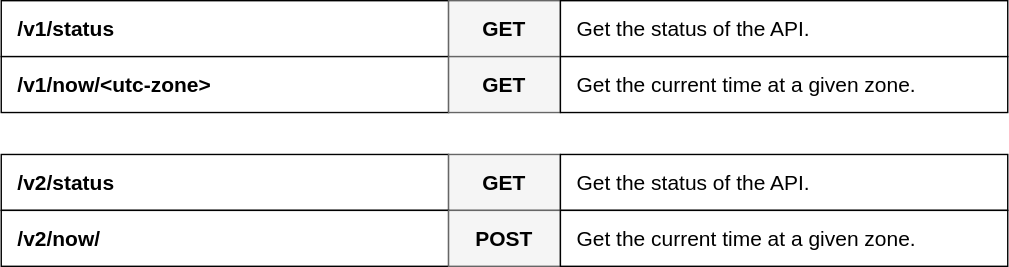
Joffreybvn/medium-time-api keeps this draw.io diagram as doc/images/routes_v2.svg. Above is the earlier version. Source tidied: cells renumbered, new cells last; positions are measured from the earlier drawing's top-left corner, leaving out a move shared by most shapes. Its diagram source:
```xml
<mxGraphModel>
  <root>
    <mxCell id="0" />
    <mxCell id="1" parent="0" />
    <mxCell id="2" style="rounded=0;whiteSpace=wrap;html=1;" parent="1" vertex="1">
      <mxGeometry width="320" height="40" as="geometry" />
    </mxCell>
    <mxCell id="3" value="&lt;font style=&quot;font-size: 15px&quot;&gt;&lt;b&gt;/v1/status&lt;/b&gt;&lt;/font&gt;" style="text;html=1;strokeColor=none;fillColor=none;align=left;verticalAlign=middle;whiteSpace=wrap;rounded=0;" parent="1" vertex="1">
      <mxGeometry x="10" y="10" width="310" height="20" as="geometry" />
    </mxCell>
    <mxCell id="4" style="rounded=0;whiteSpace=wrap;html=1;fillColor=#f5f5f5;strokeColor=#666666;fontColor=#333333;" parent="1" vertex="1">
      <mxGeometry x="320" width="80" height="40" as="geometry" />
    </mxCell>
    <mxCell id="5" value="&lt;font style=&quot;font-size: 15px&quot;&gt;&lt;b&gt;GET&lt;/b&gt;&lt;/font&gt;" style="text;html=1;strokeColor=none;fillColor=none;align=center;verticalAlign=middle;whiteSpace=wrap;rounded=0;" parent="1" vertex="1">
      <mxGeometry x="320" y="10" width="80" height="20" as="geometry" />
    </mxCell>
    <mxCell id="6" style="rounded=0;whiteSpace=wrap;html=1;" parent="1" vertex="1">
      <mxGeometry x="400" width="320" height="40" as="geometry" />
    </mxCell>
    <mxCell id="7" value="&lt;font style=&quot;font-size: 15px&quot;&gt;Get the status of the API.&lt;/font&gt;" style="text;html=1;strokeColor=none;fillColor=none;align=left;verticalAlign=middle;whiteSpace=wrap;rounded=0;" parent="1" vertex="1">
      <mxGeometry x="410" y="10" width="310" height="20" as="geometry" />
    </mxCell>
    <mxCell id="8" style="rounded=0;whiteSpace=wrap;html=1;" parent="1" vertex="1">
      <mxGeometry y="40" width="320" height="40" as="geometry" />
    </mxCell>
    <mxCell id="9" value="&lt;font style=&quot;font-size: 15px&quot;&gt;&lt;b&gt;/v1/now/&amp;lt;utc-zone&amp;gt;&lt;/b&gt;&lt;/font&gt;" style="text;html=1;strokeColor=none;fillColor=none;align=left;verticalAlign=middle;whiteSpace=wrap;rounded=0;" parent="1" vertex="1">
      <mxGeometry x="10" y="50" width="310" height="20" as="geometry" />
    </mxCell>
    <mxCell id="10" style="rounded=0;whiteSpace=wrap;html=1;fillColor=#f5f5f5;strokeColor=#666666;fontColor=#333333;" parent="1" vertex="1">
      <mxGeometry x="320" y="40" width="80" height="40" as="geometry" />
    </mxCell>
    <mxCell id="11" value="&lt;font style=&quot;font-size: 15px&quot;&gt;&lt;b&gt;GET&lt;/b&gt;&lt;/font&gt;" style="text;html=1;strokeColor=none;fillColor=none;align=center;verticalAlign=middle;whiteSpace=wrap;rounded=0;" parent="1" vertex="1">
      <mxGeometry x="320" y="50" width="80" height="20" as="geometry" />
    </mxCell>
    <mxCell id="12" style="rounded=0;whiteSpace=wrap;html=1;" parent="1" vertex="1">
      <mxGeometry x="400" y="40" width="320" height="40" as="geometry" />
    </mxCell>
    <mxCell id="13" value="&lt;font style=&quot;font-size: 15px&quot;&gt;Get the current time at a given zone.&lt;/font&gt;" style="text;html=1;strokeColor=none;fillColor=none;align=left;verticalAlign=middle;whiteSpace=wrap;rounded=0;" parent="1" vertex="1">
      <mxGeometry x="410" y="50" width="310" height="20" as="geometry" />
    </mxCell>
    <mxCell id="14" style="rounded=0;whiteSpace=wrap;html=1;" parent="1" vertex="1">
      <mxGeometry y="110" width="320" height="40" as="geometry" />
    </mxCell>
    <mxCell id="15" value="&lt;font style=&quot;font-size: 15px&quot;&gt;&lt;b&gt;/v2/status&lt;/b&gt;&lt;/font&gt;" style="text;html=1;strokeColor=none;fillColor=none;align=left;verticalAlign=middle;whiteSpace=wrap;rounded=0;" parent="1" vertex="1">
      <mxGeometry x="10" y="120" width="310" height="20" as="geometry" />
    </mxCell>
    <mxCell id="16" style="rounded=0;whiteSpace=wrap;html=1;fillColor=#f5f5f5;strokeColor=#666666;fontColor=#333333;" parent="1" vertex="1">
      <mxGeometry x="320" y="110" width="80" height="40" as="geometry" />
    </mxCell>
    <mxCell id="17" value="&lt;font style=&quot;font-size: 15px&quot;&gt;&lt;b&gt;GET&lt;/b&gt;&lt;/font&gt;" style="text;html=1;strokeColor=none;fillColor=none;align=center;verticalAlign=middle;whiteSpace=wrap;rounded=0;" parent="1" vertex="1">
      <mxGeometry x="320" y="120" width="80" height="20" as="geometry" />
    </mxCell>
    <mxCell id="18" style="rounded=0;whiteSpace=wrap;html=1;" parent="1" vertex="1">
      <mxGeometry x="400" y="110" width="320" height="40" as="geometry" />
    </mxCell>
    <mxCell id="19" value="&lt;font style=&quot;font-size: 15px&quot;&gt;Get the status of the API.&lt;/font&gt;" style="text;html=1;strokeColor=none;fillColor=none;align=left;verticalAlign=middle;whiteSpace=wrap;rounded=0;" parent="1" vertex="1">
      <mxGeometry x="410" y="120" width="310" height="20" as="geometry" />
    </mxCell>
    <mxCell id="20" style="rounded=0;whiteSpace=wrap;html=1;" parent="1" vertex="1">
      <mxGeometry y="150" width="320" height="40" as="geometry" />
    </mxCell>
    <mxCell id="21" value="&lt;font style=&quot;font-size: 15px&quot;&gt;&lt;b&gt;/v2/now/&lt;/b&gt;&lt;/font&gt;" style="text;html=1;strokeColor=none;fillColor=none;align=left;verticalAlign=middle;whiteSpace=wrap;rounded=0;" parent="1" vertex="1">
      <mxGeometry x="10" y="160" width="310" height="20" as="geometry" />
    </mxCell>
    <mxCell id="22" style="rounded=0;whiteSpace=wrap;html=1;fillColor=#f5f5f5;strokeColor=#666666;fontColor=#333333;" parent="1" vertex="1">
      <mxGeometry x="320" y="150" width="80" height="40" as="geometry" />
    </mxCell>
    <mxCell id="23" value="&lt;font style=&quot;font-size: 15px&quot;&gt;&lt;b&gt;POST&lt;/b&gt;&lt;/font&gt;" style="text;html=1;strokeColor=none;fillColor=none;align=center;verticalAlign=middle;whiteSpace=wrap;rounded=0;" parent="1" vertex="1">
      <mxGeometry x="320" y="160" width="80" height="20" as="geometry" />
    </mxCell>
    <mxCell id="24" style="rounded=0;whiteSpace=wrap;html=1;" parent="1" vertex="1">
      <mxGeometry x="400" y="150" width="320" height="40" as="geometry" />
    </mxCell>
    <mxCell id="25" value="&lt;font style=&quot;font-size: 15px&quot;&gt;Get the current time at a given zone.&lt;/font&gt;" style="text;html=1;strokeColor=none;fillColor=none;align=left;verticalAlign=middle;whiteSpace=wrap;rounded=0;" parent="1" vertex="1">
      <mxGeometry x="410" y="160" width="310" height="20" as="geometry" />
    </mxCell>
  </root>
</mxGraphModel>
```
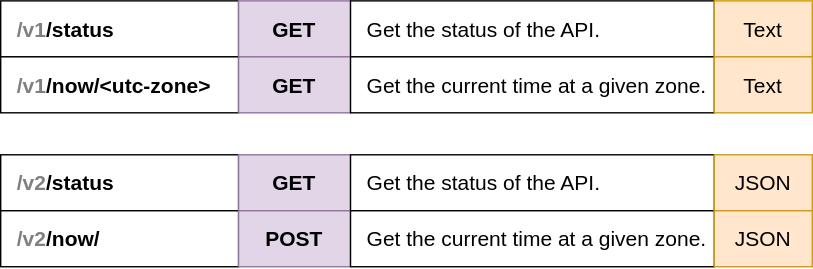
Later version of the same file.

The edit, as a diff of the source:
```diff
@@ -3,76 +3,100 @@
     <mxCell id="0" />
     <mxCell id="1" parent="0" />
     <mxCell id="2" style="rounded=0;whiteSpace=wrap;html=1;" parent="1" vertex="1">
-      <mxGeometry width="320" height="40" as="geometry" />
+      <mxGeometry x="150" width="170" height="40" as="geometry" />
     </mxCell>
-    <mxCell id="3" value="&lt;font style=&quot;font-size: 15px&quot;&gt;&lt;b&gt;/v1/status&lt;/b&gt;&lt;/font&gt;" style="text;html=1;strokeColor=none;fillColor=none;align=left;verticalAlign=middle;whiteSpace=wrap;rounded=0;" parent="1" vertex="1">
-      <mxGeometry x="10" y="10" width="310" height="20" as="geometry" />
+    <mxCell id="3" value="&lt;font style=&quot;font-size: 15px&quot;&gt;&lt;b&gt;&lt;font color=&quot;#808080&quot;&gt;/v1&lt;/font&gt;/status&lt;/b&gt;&lt;/font&gt;" style="text;html=1;strokeColor=none;fillColor=none;align=left;verticalAlign=middle;whiteSpace=wrap;rounded=0;" parent="1" vertex="1">
+      <mxGeometry x="160" y="10" width="190" height="20" as="geometry" />
     </mxCell>
-    <mxCell id="4" style="rounded=0;whiteSpace=wrap;html=1;fillColor=#f5f5f5;strokeColor=#666666;fontColor=#333333;" parent="1" vertex="1">
+    <mxCell id="4" style="rounded=0;whiteSpace=wrap;html=1;fillColor=#e1d5e7;strokeColor=#9673a6;" parent="1" vertex="1">
       <mxGeometry x="320" width="80" height="40" as="geometry" />
     </mxCell>
     <mxCell id="5" value="&lt;font style=&quot;font-size: 15px&quot;&gt;&lt;b&gt;GET&lt;/b&gt;&lt;/font&gt;" style="text;html=1;strokeColor=none;fillColor=none;align=center;verticalAlign=middle;whiteSpace=wrap;rounded=0;" parent="1" vertex="1">
       <mxGeometry x="320" y="10" width="80" height="20" as="geometry" />
     </mxCell>
     <mxCell id="6" style="rounded=0;whiteSpace=wrap;html=1;" parent="1" vertex="1">
-      <mxGeometry x="400" width="320" height="40" as="geometry" />
+      <mxGeometry x="400" width="260" height="40" as="geometry" />
     </mxCell>
     <mxCell id="7" value="&lt;font style=&quot;font-size: 15px&quot;&gt;Get the status of the API.&lt;/font&gt;" style="text;html=1;strokeColor=none;fillColor=none;align=left;verticalAlign=middle;whiteSpace=wrap;rounded=0;" parent="1" vertex="1">
-      <mxGeometry x="410" y="10" width="310" height="20" as="geometry" />
+      <mxGeometry x="410" y="10" width="250" height="20" as="geometry" />
     </mxCell>
     <mxCell id="8" style="rounded=0;whiteSpace=wrap;html=1;" parent="1" vertex="1">
-      <mxGeometry y="40" width="320" height="40" as="geometry" />
+      <mxGeometry x="150" y="40" width="170" height="40" as="geometry" />
     </mxCell>
-    <mxCell id="9" value="&lt;font style=&quot;font-size: 15px&quot;&gt;&lt;b&gt;/v1/now/&amp;lt;utc-zone&amp;gt;&lt;/b&gt;&lt;/font&gt;" style="text;html=1;strokeColor=none;fillColor=none;align=left;verticalAlign=middle;whiteSpace=wrap;rounded=0;" parent="1" vertex="1">
-      <mxGeometry x="10" y="50" width="310" height="20" as="geometry" />
+    <mxCell id="9" value="&lt;font style=&quot;font-size: 15px&quot;&gt;&lt;b&gt;&lt;font color=&quot;#808080&quot;&gt;/v1&lt;/font&gt;/now/&amp;lt;utc-zone&amp;gt;&lt;/b&gt;&lt;/font&gt;" style="text;html=1;strokeColor=none;fillColor=none;align=left;verticalAlign=middle;whiteSpace=wrap;rounded=0;" parent="1" vertex="1">
+      <mxGeometry x="160" y="50" width="190" height="20" as="geometry" />
     </mxCell>
-    <mxCell id="10" style="rounded=0;whiteSpace=wrap;html=1;fillColor=#f5f5f5;strokeColor=#666666;fontColor=#333333;" parent="1" vertex="1">
+    <mxCell id="10" style="rounded=0;whiteSpace=wrap;html=1;fillColor=#e1d5e7;strokeColor=#9673a6;" parent="1" vertex="1">
       <mxGeometry x="320" y="40" width="80" height="40" as="geometry" />
     </mxCell>
     <mxCell id="11" value="&lt;font style=&quot;font-size: 15px&quot;&gt;&lt;b&gt;GET&lt;/b&gt;&lt;/font&gt;" style="text;html=1;strokeColor=none;fillColor=none;align=center;verticalAlign=middle;whiteSpace=wrap;rounded=0;" parent="1" vertex="1">
       <mxGeometry x="320" y="50" width="80" height="20" as="geometry" />
     </mxCell>
     <mxCell id="12" style="rounded=0;whiteSpace=wrap;html=1;" parent="1" vertex="1">
-      <mxGeometry x="400" y="40" width="320" height="40" as="geometry" />
+      <mxGeometry x="400" y="40" width="260" height="40" as="geometry" />
     </mxCell>
     <mxCell id="13" value="&lt;font style=&quot;font-size: 15px&quot;&gt;Get the current time at a given zone.&lt;/font&gt;" style="text;html=1;strokeColor=none;fillColor=none;align=left;verticalAlign=middle;whiteSpace=wrap;rounded=0;" parent="1" vertex="1">
-      <mxGeometry x="410" y="50" width="310" height="20" as="geometry" />
+      <mxGeometry x="410" y="50" width="250" height="20" as="geometry" />
     </mxCell>
     <mxCell id="14" style="rounded=0;whiteSpace=wrap;html=1;" parent="1" vertex="1">
-      <mxGeometry y="110" width="320" height="40" as="geometry" />
+      <mxGeometry x="150" y="110" width="170" height="40" as="geometry" />
     </mxCell>
-    <mxCell id="15" value="&lt;font style=&quot;font-size: 15px&quot;&gt;&lt;b&gt;/v2/status&lt;/b&gt;&lt;/font&gt;" style="text;html=1;strokeColor=none;fillColor=none;align=left;verticalAlign=middle;whiteSpace=wrap;rounded=0;" parent="1" vertex="1">
-      <mxGeometry x="10" y="120" width="310" height="20" as="geometry" />
+    <mxCell id="15" value="&lt;font style=&quot;font-size: 15px&quot;&gt;&lt;b&gt;&lt;font color=&quot;#808080&quot;&gt;/v2&lt;/font&gt;/status&lt;/b&gt;&lt;/font&gt;" style="text;html=1;strokeColor=none;fillColor=none;align=left;verticalAlign=middle;whiteSpace=wrap;rounded=0;" parent="1" vertex="1">
+      <mxGeometry x="160" y="120" width="160" height="20" as="geometry" />
     </mxCell>
-    <mxCell id="16" style="rounded=0;whiteSpace=wrap;html=1;fillColor=#f5f5f5;strokeColor=#666666;fontColor=#333333;" parent="1" vertex="1">
+    <mxCell id="16" style="rounded=0;whiteSpace=wrap;html=1;fillColor=#e1d5e7;strokeColor=#9673a6;" parent="1" vertex="1">
       <mxGeometry x="320" y="110" width="80" height="40" as="geometry" />
     </mxCell>
     <mxCell id="17" value="&lt;font style=&quot;font-size: 15px&quot;&gt;&lt;b&gt;GET&lt;/b&gt;&lt;/font&gt;" style="text;html=1;strokeColor=none;fillColor=none;align=center;verticalAlign=middle;whiteSpace=wrap;rounded=0;" parent="1" vertex="1">
       <mxGeometry x="320" y="120" width="80" height="20" as="geometry" />
     </mxCell>
     <mxCell id="18" style="rounded=0;whiteSpace=wrap;html=1;" parent="1" vertex="1">
-      <mxGeometry x="400" y="110" width="320" height="40" as="geometry" />
+      <mxGeometry x="400" y="110" width="260" height="40" as="geometry" />
     </mxCell>
     <mxCell id="19" value="&lt;font style=&quot;font-size: 15px&quot;&gt;Get the status of the API.&lt;/font&gt;" style="text;html=1;strokeColor=none;fillColor=none;align=left;verticalAlign=middle;whiteSpace=wrap;rounded=0;" parent="1" vertex="1">
-      <mxGeometry x="410" y="120" width="310" height="20" as="geometry" />
+      <mxGeometry x="410" y="120" width="230" height="20" as="geometry" />
     </mxCell>
     <mxCell id="20" style="rounded=0;whiteSpace=wrap;html=1;" parent="1" vertex="1">
-      <mxGeometry y="150" width="320" height="40" as="geometry" />
+      <mxGeometry x="150" y="150" width="170" height="40" as="geometry" />
     </mxCell>
-    <mxCell id="21" value="&lt;font style=&quot;font-size: 15px&quot;&gt;&lt;b&gt;/v2/now/&lt;/b&gt;&lt;/font&gt;" style="text;html=1;strokeColor=none;fillColor=none;align=left;verticalAlign=middle;whiteSpace=wrap;rounded=0;" parent="1" vertex="1">
-      <mxGeometry x="10" y="160" width="310" height="20" as="geometry" />
+    <mxCell id="21" value="&lt;font style=&quot;font-size: 15px&quot;&gt;&lt;b&gt;&lt;font color=&quot;#808080&quot;&gt;/v2&lt;/font&gt;/now/&lt;/b&gt;&lt;/font&gt;" style="text;html=1;strokeColor=none;fillColor=none;align=left;verticalAlign=middle;whiteSpace=wrap;rounded=0;" parent="1" vertex="1">
+      <mxGeometry x="160" y="160" width="150" height="20" as="geometry" />
     </mxCell>
-    <mxCell id="22" style="rounded=0;whiteSpace=wrap;html=1;fillColor=#f5f5f5;strokeColor=#666666;fontColor=#333333;" parent="1" vertex="1">
+    <mxCell id="22" style="rounded=0;whiteSpace=wrap;html=1;fillColor=#e1d5e7;strokeColor=#9673a6;" parent="1" vertex="1">
       <mxGeometry x="320" y="150" width="80" height="40" as="geometry" />
     </mxCell>
     <mxCell id="23" value="&lt;font style=&quot;font-size: 15px&quot;&gt;&lt;b&gt;POST&lt;/b&gt;&lt;/font&gt;" style="text;html=1;strokeColor=none;fillColor=none;align=center;verticalAlign=middle;whiteSpace=wrap;rounded=0;" parent="1" vertex="1">
       <mxGeometry x="320" y="160" width="80" height="20" as="geometry" />
     </mxCell>
     <mxCell id="24" style="rounded=0;whiteSpace=wrap;html=1;" parent="1" vertex="1">
-      <mxGeometry x="400" y="150" width="320" height="40" as="geometry" />
+      <mxGeometry x="400" y="150" width="260" height="40" as="geometry" />
     </mxCell>
     <mxCell id="25" value="&lt;font style=&quot;font-size: 15px&quot;&gt;Get the current time at a given zone.&lt;/font&gt;" style="text;html=1;strokeColor=none;fillColor=none;align=left;verticalAlign=middle;whiteSpace=wrap;rounded=0;" parent="1" vertex="1">
-      <mxGeometry x="410" y="160" width="310" height="20" as="geometry" />
+      <mxGeometry x="410" y="160" width="250" height="20" as="geometry" />
     </mxCell>
+    <mxCell id="26" style="rounded=0;whiteSpace=wrap;html=1;fillColor=#ffe6cc;strokeColor=#d79b00;" parent="1" vertex="1">
+      <mxGeometry x="660" width="70" height="40" as="geometry" />
+    </mxCell>
+    <mxCell id="27" value="&lt;font style=&quot;font-size: 15px&quot;&gt;Text&lt;/font&gt;" style="text;html=1;strokeColor=none;fillColor=none;align=center;verticalAlign=middle;whiteSpace=wrap;rounded=0;" parent="1" vertex="1">
+      <mxGeometry x="675" y="10" width="40" height="20" as="geometry" />
+    </mxCell>
+    <mxCell id="28" style="rounded=0;whiteSpace=wrap;html=1;fillColor=#ffe6cc;strokeColor=#d79b00;" parent="1" vertex="1">
+      <mxGeometry x="660" y="40" width="70" height="40" as="geometry" />
+    </mxCell>
+    <mxCell id="29" value="&lt;font style=&quot;font-size: 15px&quot;&gt;Text&lt;/font&gt;" style="text;html=1;strokeColor=none;fillColor=none;align=center;verticalAlign=middle;whiteSpace=wrap;rounded=0;" parent="1" vertex="1">
+      <mxGeometry x="675" y="50" width="40" height="20" as="geometry" />
+    </mxCell>
+    <mxCell id="30" style="rounded=0;whiteSpace=wrap;html=1;fillColor=#ffe6cc;strokeColor=#d79b00;" parent="1" vertex="1">
+      <mxGeometry x="660" y="110" width="70" height="40" as="geometry" />
+    </mxCell>
+    <mxCell id="31" value="&lt;font style=&quot;font-size: 15px&quot;&gt;JSON&lt;/font&gt;" style="text;html=1;strokeColor=none;fillColor=none;align=center;verticalAlign=middle;whiteSpace=wrap;rounded=0;" parent="1" vertex="1">
+      <mxGeometry x="675" y="120" width="40" height="20" as="geometry" />
+    </mxCell>
+    <mxCell id="32" style="rounded=0;whiteSpace=wrap;html=1;fillColor=#ffe6cc;strokeColor=#d79b00;" parent="1" vertex="1">
+      <mxGeometry x="660" y="150" width="70" height="40" as="geometry" />
+    </mxCell>
+    <mxCell id="33" value="&lt;font style=&quot;font-size: 15px&quot;&gt;JSON&lt;/font&gt;" style="text;html=1;strokeColor=none;fillColor=none;align=center;verticalAlign=middle;whiteSpace=wrap;rounded=0;" parent="1" vertex="1">
+      <mxGeometry x="675" y="160" width="40" height="20" as="geometry" />
+    </mxCell>
   </root>
 </mxGraphModel>
```
